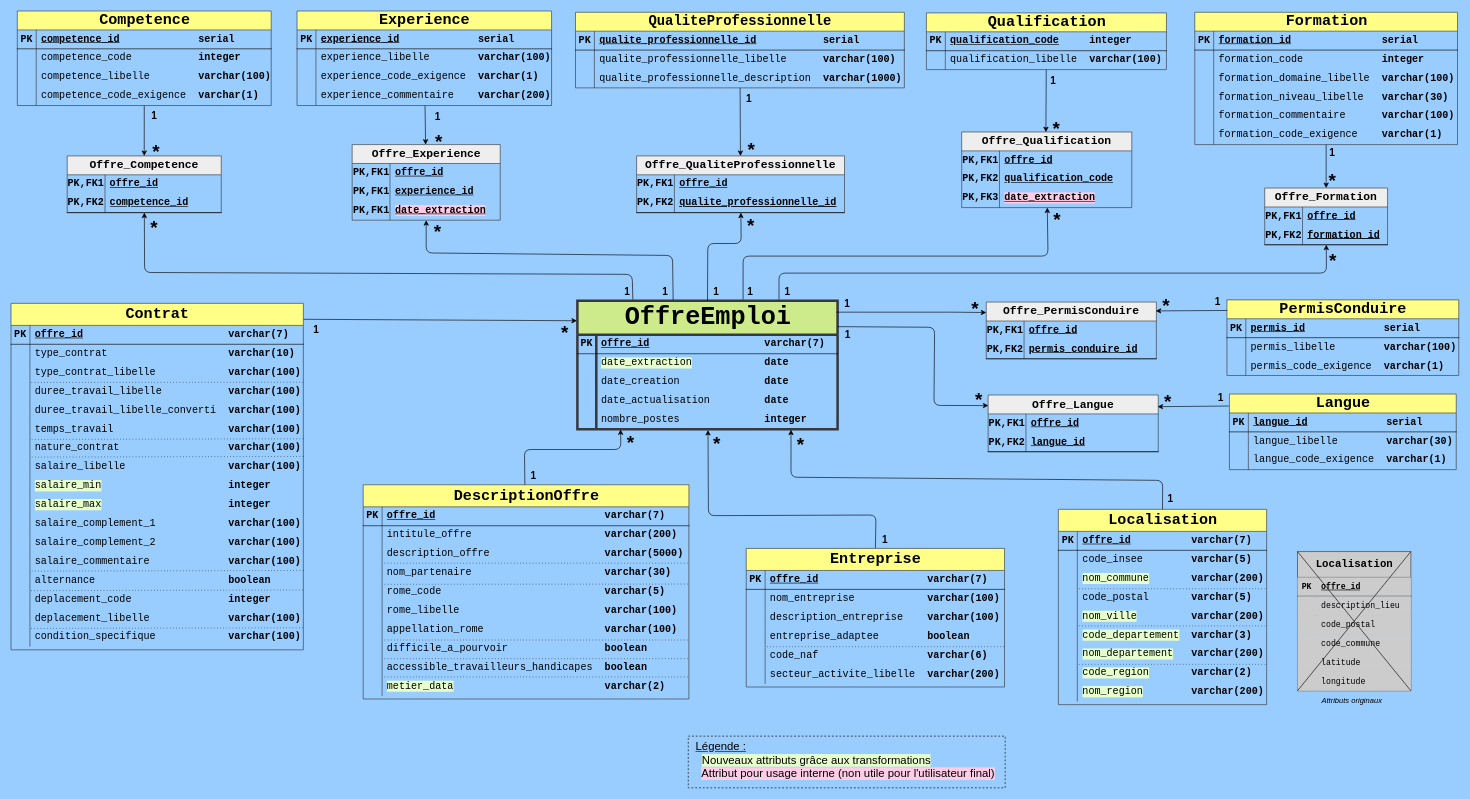
The draw.io diagram load_sql/UML.drawio in vimchun/Job-Market-in-France, before the edit. Source tidied: cells renumbered, new cells numbered last; positions are measured from the earlier drawing's top-left corner, leaving out a move shared by most shapes. Both pictures are drawn from the tidied source at 63%, with x=0, y=0 at pixel (11, 11).
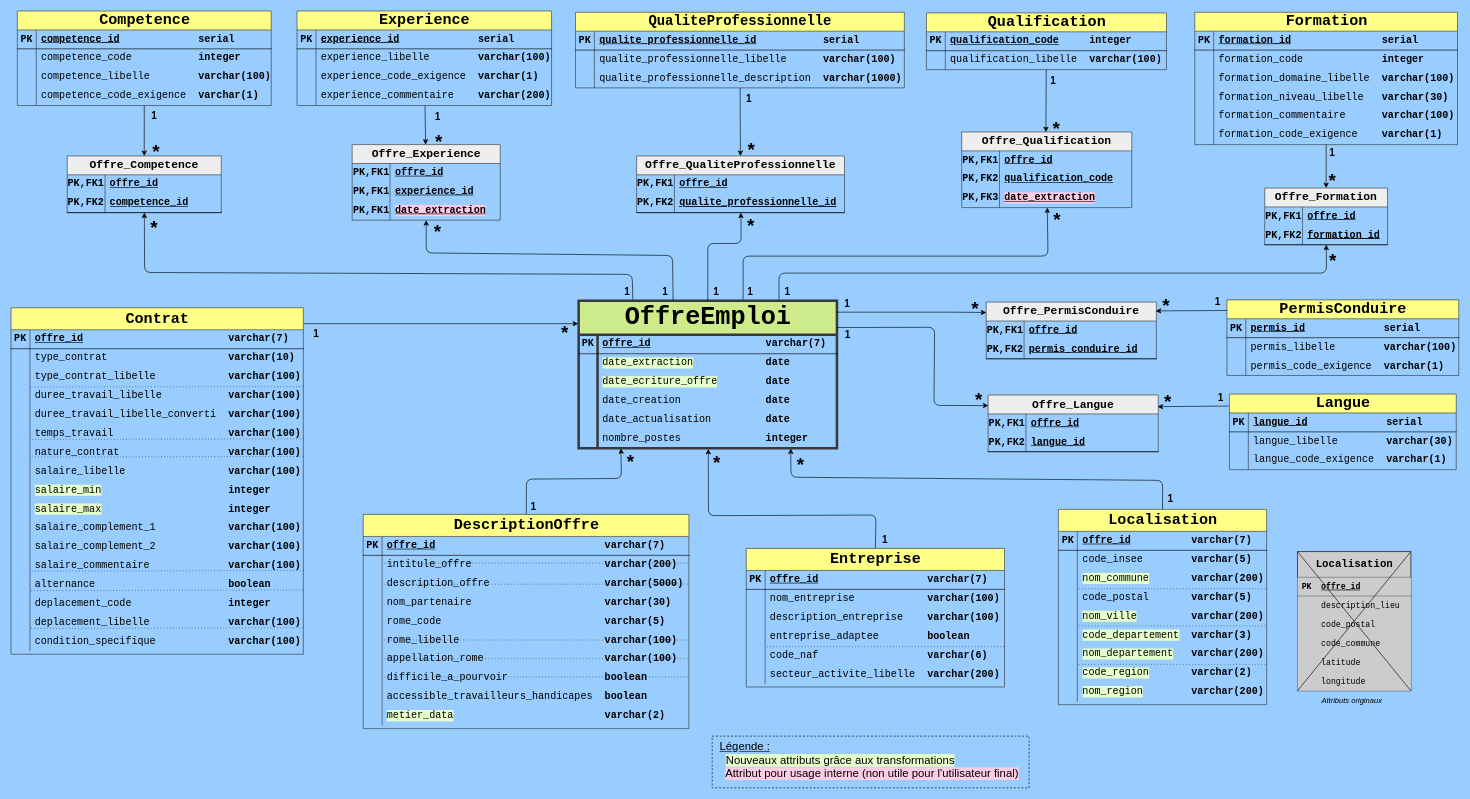
After the change.

Change to the diagram source:
```diff
@@
     <mxCell id="2" value="&lt;font style=&quot;font-size: 40px;&quot;&gt;OffreEmploi&lt;/font&gt;" style="shape=table;startSize=54;childLayout=tableLayout;rowLines=0;fontStyle=1;align=center;html=1;fillColor=#cdeb8b;strokeColor=#36393d;rounded=0;swimlaneLine=1;shadow=0;fontFamily=Courier New;fontSize=16;textShadow=0;labelBorderColor=none;labelBackgroundColor=none;perimeterSpacing=0;swimlaneFillColor=none;strokeWidth=4;" parent="1" vertex="1">
-      <mxGeometry x="899" y="460" width="413" height="204" as="geometry" />
+      <mxGeometry x="901" y="460" width="410" height="234" as="geometry" />
     </mxCell>
     <mxCell id="3" style="shape=tableRow;horizontal=0;startSize=0;swimlaneHead=0;swimlaneBody=0;fillColor=none;top=0;left=0;right=0;bottom=1;rounded=0;fontFamily=Courier New;fontSize=16;perimeterSpacing=0;shadow=0;swimlaneFillColor=none;strokeColor=#000000;" parent="2" vertex="1">
-      <mxGeometry y="54" width="413" height="30" as="geometry" />
+      <mxGeometry y="54" width="410" height="30" as="geometry" />
     </mxCell>
@@
     <mxCell id="5" value="&lt;u style=&quot;background-color: transparent; color: light-dark(rgb(0, 0, 0), rgb(255, 255, 255));&quot;&gt;offre_id&lt;/u&gt;&lt;span style=&quot;background-color: transparent; color: light-dark(rgb(0, 0, 0), rgb(255, 255, 255));&quot;&gt;&amp;nbsp; &amp;nbsp; &amp;nbsp; &amp;nbsp; &amp;nbsp; &amp;nbsp; &amp;nbsp; &amp;nbsp; &amp;nbsp; &amp;nbsp;varchar(7)&lt;/span&gt;" style="shape=partialRectangle;fillColor=none;top=0;left=0;bottom=0;right=0;align=left;spacingLeft=6;fontStyle=1;overflow=hidden;whiteSpace=wrap;html=1;rounded=0;fontFamily=Courier New;fontSize=16;perimeterSpacing=0;shadow=0;swimlaneFillColor=none;strokeColor=#000000;" parent="3" vertex="1">
-      <mxGeometry x="30" width="383" height="30" as="geometry" />
+      <mxGeometry x="30" width="380" height="30" as="geometry" />
     </mxCell>
     <mxCell id="6" style="shape=tableRow;horizontal=0;startSize=0;swimlaneHead=0;swimlaneBody=0;fillColor=none;top=0;left=0;right=0;bottom=0;rounded=0;fontFamily=Courier New;fontSize=16;perimeterSpacing=0;shadow=0;swimlaneFillColor=none;strokeColor=#000000;" parent="2" vertex="1">
-      <mxGeometry y="84" width="413" height="30" as="geometry" />
+      <mxGeometry y="84" width="410" height="30" as="geometry" />
     </mxCell>
@@
     <mxCell id="8" value="&lt;span style=&quot;background-color: rgb(230, 255, 204);&quot;&gt;date_extraction&lt;/span&gt;&amp;nbsp; &amp;nbsp; &amp;nbsp; &amp;nbsp; &amp;nbsp; &amp;nbsp;&amp;nbsp;&lt;span style=&quot;font-weight: 700;&quot;&gt;date&lt;/span&gt;" style="shape=partialRectangle;fillColor=none;top=0;left=0;bottom=0;right=0;align=left;spacingLeft=6;overflow=hidden;whiteSpace=wrap;html=1;rounded=0;fontFamily=Courier New;fontSize=16;perimeterSpacing=0;shadow=0;swimlaneFillColor=none;strokeColor=#000000;" parent="6" vertex="1">
-      <mxGeometry x="30" width="383" height="30" as="geometry" />
+      <mxGeometry x="30" width="380" height="30" as="geometry" />
     </mxCell>
+    <mxCell id="378" style="shape=tableRow;horizontal=0;startSize=0;swimlaneHead=0;swimlaneBody=0;fillColor=none;top=0;left=0;right=0;bottom=0;rounded=0;fontFamily=Courier New;fontSize=16;perimeterSpacing=0;shadow=0;swimlaneFillColor=none;strokeColor=#000000;" parent="2" vertex="1">
+      <mxGeometry y="114" width="410" height="30" as="geometry" />
+    </mxCell>
+    <mxCell id="379" style="shape=partialRectangle;fillColor=none;top=0;left=0;bottom=0;right=0;overflow=hidden;whiteSpace=wrap;html=1;rounded=0;fontFamily=Courier New;fontSize=16;perimeterSpacing=0;shadow=0;swimlaneFillColor=none;strokeColor=#000000;" parent="378" vertex="1">
+      <mxGeometry width="30" height="30" as="geometry" />
+    </mxCell>
+    <mxCell id="380" value="&lt;span style=&quot;background-color: rgb(230, 255, 204);&quot;&gt;date_ecriture_offre&lt;/span&gt;&amp;nbsp; &amp;nbsp; &amp;nbsp; &amp;nbsp;&amp;nbsp;&lt;span style=&quot;font-weight: 700;&quot;&gt;date&lt;/span&gt;" style="shape=partialRectangle;fillColor=none;top=0;left=0;bottom=0;right=0;align=left;spacingLeft=6;overflow=hidden;whiteSpace=wrap;html=1;rounded=0;fontFamily=Courier New;fontSize=16;perimeterSpacing=0;shadow=0;swimlaneFillColor=none;strokeColor=#000000;" parent="378" vertex="1">
+      <mxGeometry x="30" width="380" height="30" as="geometry" />
+    </mxCell>
     <mxCell id="9" style="shape=tableRow;horizontal=0;startSize=0;swimlaneHead=0;swimlaneBody=0;fillColor=none;top=0;left=0;right=0;bottom=0;rounded=0;fontFamily=Courier New;fontSize=16;perimeterSpacing=0;shadow=0;swimlaneFillColor=none;strokeColor=#000000;" parent="2" vertex="1">
-      <mxGeometry y="114" width="413" height="30" as="geometry" />
+      <mxGeometry y="144" width="410" height="30" as="geometry" />
     </mxCell>
@@
     <mxCell id="11" value="date_creation&amp;nbsp; &amp;nbsp; &amp;nbsp; &amp;nbsp; &amp;nbsp; &amp;nbsp; &amp;nbsp;&amp;nbsp;&lt;span style=&quot;font-weight: 700;&quot;&gt;date&lt;/span&gt;" style="shape=partialRectangle;fillColor=none;top=0;left=0;bottom=0;right=0;align=left;spacingLeft=6;overflow=hidden;whiteSpace=wrap;html=1;rounded=0;fontFamily=Courier New;fontSize=16;perimeterSpacing=0;shadow=0;swimlaneFillColor=none;strokeColor=#000000;" parent="9" vertex="1">
-      <mxGeometry x="30" width="383" height="30" as="geometry" />
+      <mxGeometry x="30" width="380" height="30" as="geometry" />
     </mxCell>
     <mxCell id="12" style="shape=tableRow;horizontal=0;startSize=0;swimlaneHead=0;swimlaneBody=0;fillColor=none;top=0;left=0;right=0;bottom=0;rounded=0;fontFamily=Courier New;fontSize=16;perimeterSpacing=0;shadow=0;swimlaneFillColor=none;strokeColor=#000000;" parent="2" vertex="1">
-      <mxGeometry y="144" width="413" height="30" as="geometry" />
+      <mxGeometry y="174" width="410" height="30" as="geometry" />
     </mxCell>
@@
     <mxCell id="14" value="date_actualisation&amp;nbsp; &amp;nbsp; &amp;nbsp; &amp;nbsp; &amp;nbsp;&lt;span style=&quot;font-weight: 700;&quot;&gt;date&lt;/span&gt;" style="shape=partialRectangle;fillColor=none;top=0;left=0;bottom=0;right=0;align=left;spacingLeft=6;overflow=hidden;whiteSpace=wrap;html=1;rounded=0;fontFamily=Courier New;fontSize=16;perimeterSpacing=0;shadow=0;swimlaneFillColor=none;strokeColor=#000000;" parent="12" vertex="1">
-      <mxGeometry x="30" width="383" height="30" as="geometry" />
+      <mxGeometry x="30" width="380" height="30" as="geometry" />
     </mxCell>
     <mxCell id="15" style="shape=tableRow;horizontal=0;startSize=0;swimlaneHead=0;swimlaneBody=0;fillColor=none;points=[[0,0.5],[1,0.5]];portConstraint=eastwest;top=0;left=0;right=0;bottom=0;rounded=0;fontFamily=Courier New;fontSize=16;perimeterSpacing=0;shadow=0;swimlaneFillColor=none;strokeColor=#000000;" parent="2" vertex="1">
-      <mxGeometry y="174" width="413" height="30" as="geometry" />
+      <mxGeometry y="204" width="410" height="30" as="geometry" />
     </mxCell>
@@
     <mxCell id="17" value="nombre_postes&amp;nbsp; &amp;nbsp; &amp;nbsp; &amp;nbsp; &amp;nbsp; &amp;nbsp; &amp;nbsp; &lt;span style=&quot;font-weight: 700;&quot;&gt;integer&lt;/span&gt;" style="shape=partialRectangle;fillColor=none;top=0;left=0;bottom=0;right=0;align=left;spacingLeft=6;overflow=hidden;whiteSpace=wrap;html=1;rounded=0;fontFamily=Courier New;fontSize=16;perimeterSpacing=0;shadow=0;swimlaneFillColor=none;strokeColor=#000000;" parent="15" vertex="1">
-      <mxGeometry x="30" width="383" height="30" as="geometry" />
+      <mxGeometry x="30" width="380" height="30" as="geometry" />
     </mxCell>
     <mxCell id="18" value="&lt;span style=&quot;font-size: 24px;&quot;&gt;Contrat&lt;/span&gt;" style="shape=table;startSize=35;childLayout=tableLayout;rowLines=0;fontStyle=1;align=center;html=1;fillColor=#ffff88;strokeColor=#36393d;rounded=0;fontFamily=Courier New;fontSize=16;" parent="1" vertex="1">
-      <mxGeometry y="464" width="464" height="550" as="geometry" />
+      <mxGeometry y="471" width="464" height="550" as="geometry" />
     </mxCell>
@@
     <mxCell id="252" value="&lt;span style=&quot;font-size: 24px;&quot;&gt;DescriptionOffre&lt;/span&gt;" style="shape=table;startSize=35;childLayout=tableLayout;rowLines=0;fontStyle=1;align=center;html=1;fillColor=#ffff88;strokeColor=#36393d;rounded=0;fontFamily=Courier New;fontSize=16;" parent="1" vertex="1">
-      <mxGeometry x="559" y="752" width="517" height="340" as="geometry" />
+      <mxGeometry x="559" y="799" width="517" height="340" as="geometry" />
     </mxCell>
@@
-    <mxCell id="285" style="edgeStyle=none;rounded=1;jettySize=auto;html=1;curved=0;entryX=0.166;entryY=1.007;entryDx=0;entryDy=0;entryPerimeter=0;" parent="1" edge="1" source="252" target="15">
+    <mxCell id="285" style="edgeStyle=none;rounded=1;jettySize=auto;html=1;curved=0;entryX=0.163;entryY=1.011;entryDx=0;entryDy=0;entryPerimeter=0;" parent="1" edge="1" source="252" target="15">
       <mxGeometry relative="1" as="geometry">
         <Array as="points">
-          <mxPoint x="815" y="696" />
+          <mxPoint x="818" y="743" />
+          <mxPoint x="969" y="742" />
           <mxPoint x="968" y="696" />
         </Array>
       </mxGeometry>
     </mxCell>
@@
     <mxCell id="308" value="*" style="text;html=1;align=center;verticalAlign=middle;strokeColor=none;fillColor=none;rounded=1;strokeWidth=1;fontSize=30;fontStyle=1;arcSize=50;" parent="1" vertex="1">
-      <mxGeometry x="1238" y="664" width="30" height="48" as="geometry" />
+      <mxGeometry x="1238" y="695" width="30" height="48" as="geometry" />
     </mxCell>
     <mxCell id="309" value="*" style="text;html=1;align=center;verticalAlign=middle;strokeColor=none;fillColor=none;rounded=1;strokeWidth=1;fontSize=30;fontStyle=1;arcSize=50;" parent="1" vertex="1">
-      <mxGeometry x="1105" y="662" width="30" height="48" as="geometry" />
+      <mxGeometry x="1105" y="693" width="30" height="48" as="geometry" />
     </mxCell>
     <mxCell id="310" value="*" style="text;html=1;align=center;verticalAlign=middle;strokeColor=none;fillColor=none;rounded=1;strokeWidth=1;fontSize=30;fontStyle=1;arcSize=50;" parent="1" vertex="1">
-      <mxGeometry x="968" y="659.5" width="30" height="48" as="geometry" />
+      <mxGeometry x="968" y="690.5" width="30" height="48" as="geometry" />
     </mxCell>
     <mxCell id="311" value="1" style="text;html=1;align=center;verticalAlign=middle;strokeColor=none;fillColor=none;rounded=1;fontStyle=1;fontSize=16;" parent="1" vertex="1">
-      <mxGeometry x="815" y="721" width="27" height="31" as="geometry" />
+      <mxGeometry x="815" y="771" width="27" height="31" as="geometry" />
     </mxCell>
@@
     <mxCell id="313" value="1" style="text;html=1;align=center;verticalAlign=middle;strokeColor=none;fillColor=none;rounded=1;fontStyle=1;fontSize=16;" parent="1" vertex="1">
-      <mxGeometry x="470" y="489.5" width="27" height="31" as="geometry" />
+      <mxGeometry x="470" y="496.5" width="27" height="31" as="geometry" />
     </mxCell>
@@
-    <mxCell id="336" style="edgeStyle=none;rounded=1;jettySize=auto;html=1;entryX=1;entryY=0.201;entryDx=0;entryDy=0;entryPerimeter=0;startArrow=classic;startFill=1;endArrow=none;curved=0;exitX=0.976;exitY=0.818;exitDx=0;exitDy=0;exitPerimeter=0;" parent="1" edge="1" target="2">
+    <mxCell id="336" style="edgeStyle=none;rounded=1;jettySize=auto;html=1;entryX=0.999;entryY=0.181;entryDx=0;entryDy=0;entryPerimeter=0;startArrow=classic;startFill=1;endArrow=none;curved=0;exitX=0.976;exitY=0.818;exitDx=0;exitDy=0;exitPerimeter=0;" parent="1" edge="1" target="2">
       <mxGeometry relative="1" as="geometry">
         <mxPoint x="1551.3" y="626.3" as="sourcePoint" />
         <Array as="points">
           <mxPoint x="1465" y="626" />
           <mxPoint x="1466" y="502" />
         </Array>
       </mxGeometry>
     </mxCell>
@@
-    <mxCell id="340" value="&lt;font style=&quot;font-size: 17px;&quot;&gt;Localisation&lt;/font&gt;" style="shape=table;startSize=41;childLayout=tableLayout;rowLines=0;fontStyle=1;align=center;html=1;fillColor=#CCCCCC;strokeColor=#36393d;rounded=0;fontFamily=Courier New;fontSize=15;swimlaneHead=1;perimeterSpacing=0;left=1;" parent="1" vertex="1">
+    <mxCell id="340" value="&lt;font style=&quot;font-size: 17px;&quot;&gt;Localisation&lt;/font&gt;" style="shape=table;startSize=41;childLayout=tableLayout;rowLines=0;fontStyle=1;align=center;html=1;fillColor=#CCCCCC;strokeColor=default;rounded=0;fontFamily=Courier New;fontSize=15;swimlaneHead=1;perimeterSpacing=0;left=1;swimlaneLine=1;" parent="1" vertex="1">
       <mxGeometry x="2042" y="858" width="180" height="221" as="geometry" />
     </mxCell>
@@
     <mxCell id="377" value="&lt;font style=&quot;font-size: 18px;&quot;&gt;&amp;nbsp; &lt;u&gt;Légende :&lt;/u&gt;&lt;/font&gt;&lt;div&gt;&lt;span style=&quot;font-size: 18px;&quot;&gt;&amp;nbsp; &amp;nbsp; &lt;/span&gt;&lt;span style=&quot;background-color: light-dark(rgb(230, 255, 204), rgb(12, 33, 0)); text-align: center; font-size: 18px; color: light-dark(rgb(0, 0, 0), rgb(255, 255, 255));&quot;&gt;Nouveaux attributs grâce aux transformations&lt;/span&gt;&lt;/div&gt;&lt;div&gt;&lt;div style=&quot;font-size: 18px;&quot;&gt;&lt;/div&gt;&lt;/div&gt;&lt;div&gt;&lt;span style=&quot;font-size: 18px;&quot;&gt;&amp;nbsp; &amp;nbsp; &lt;/span&gt;&lt;span style=&quot;background-color: light-dark(rgb(255, 204, 230), rgb(84, 40, 63)); color: light-dark(rgb(0, 0, 0), rgb(255, 255, 255)); text-align: center; font-size: 18px;&quot;&gt;Attribut pour usage interne (non utile pour l'utilisateur final)&lt;/span&gt;&lt;/div&gt;" style="rounded=0;whiteSpace=wrap;html=1;align=left;verticalAlign=top;fillColor=none;dashed=1;" parent="1" vertex="1">
-      <mxGeometry x="1075" y="1151" width="503" height="82" as="geometry" />
+      <mxGeometry x="1113" y="1151" width="503" height="82" as="geometry" />
     </mxCell>
```
